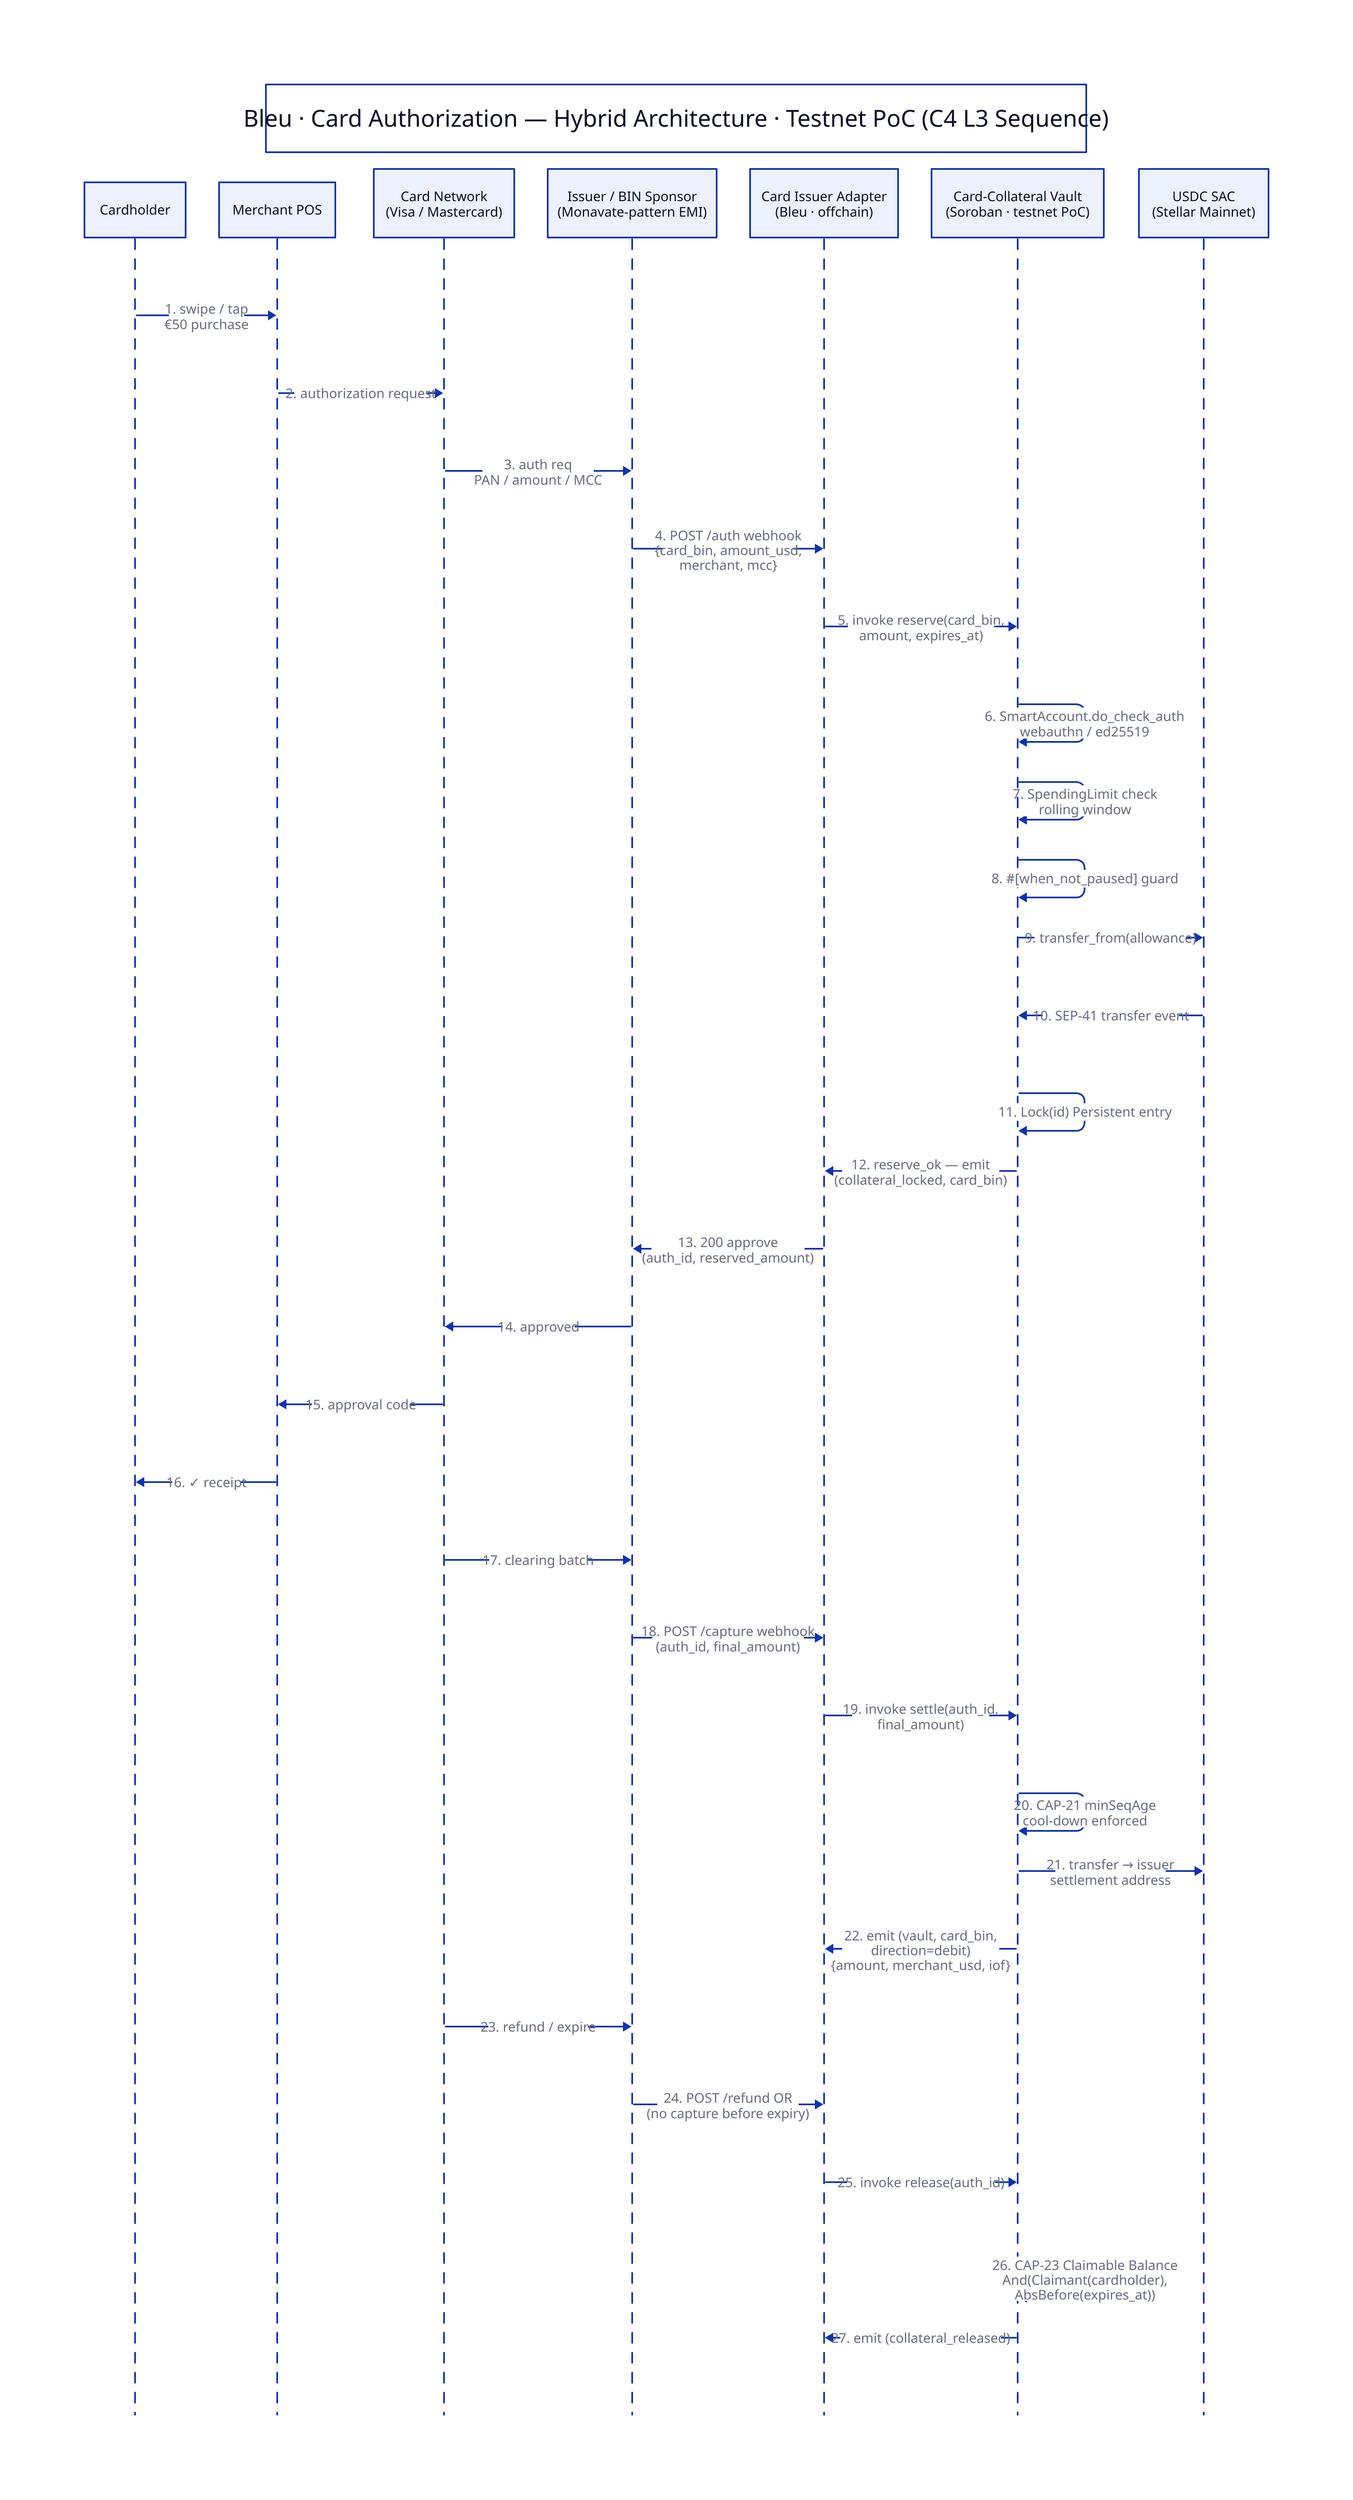
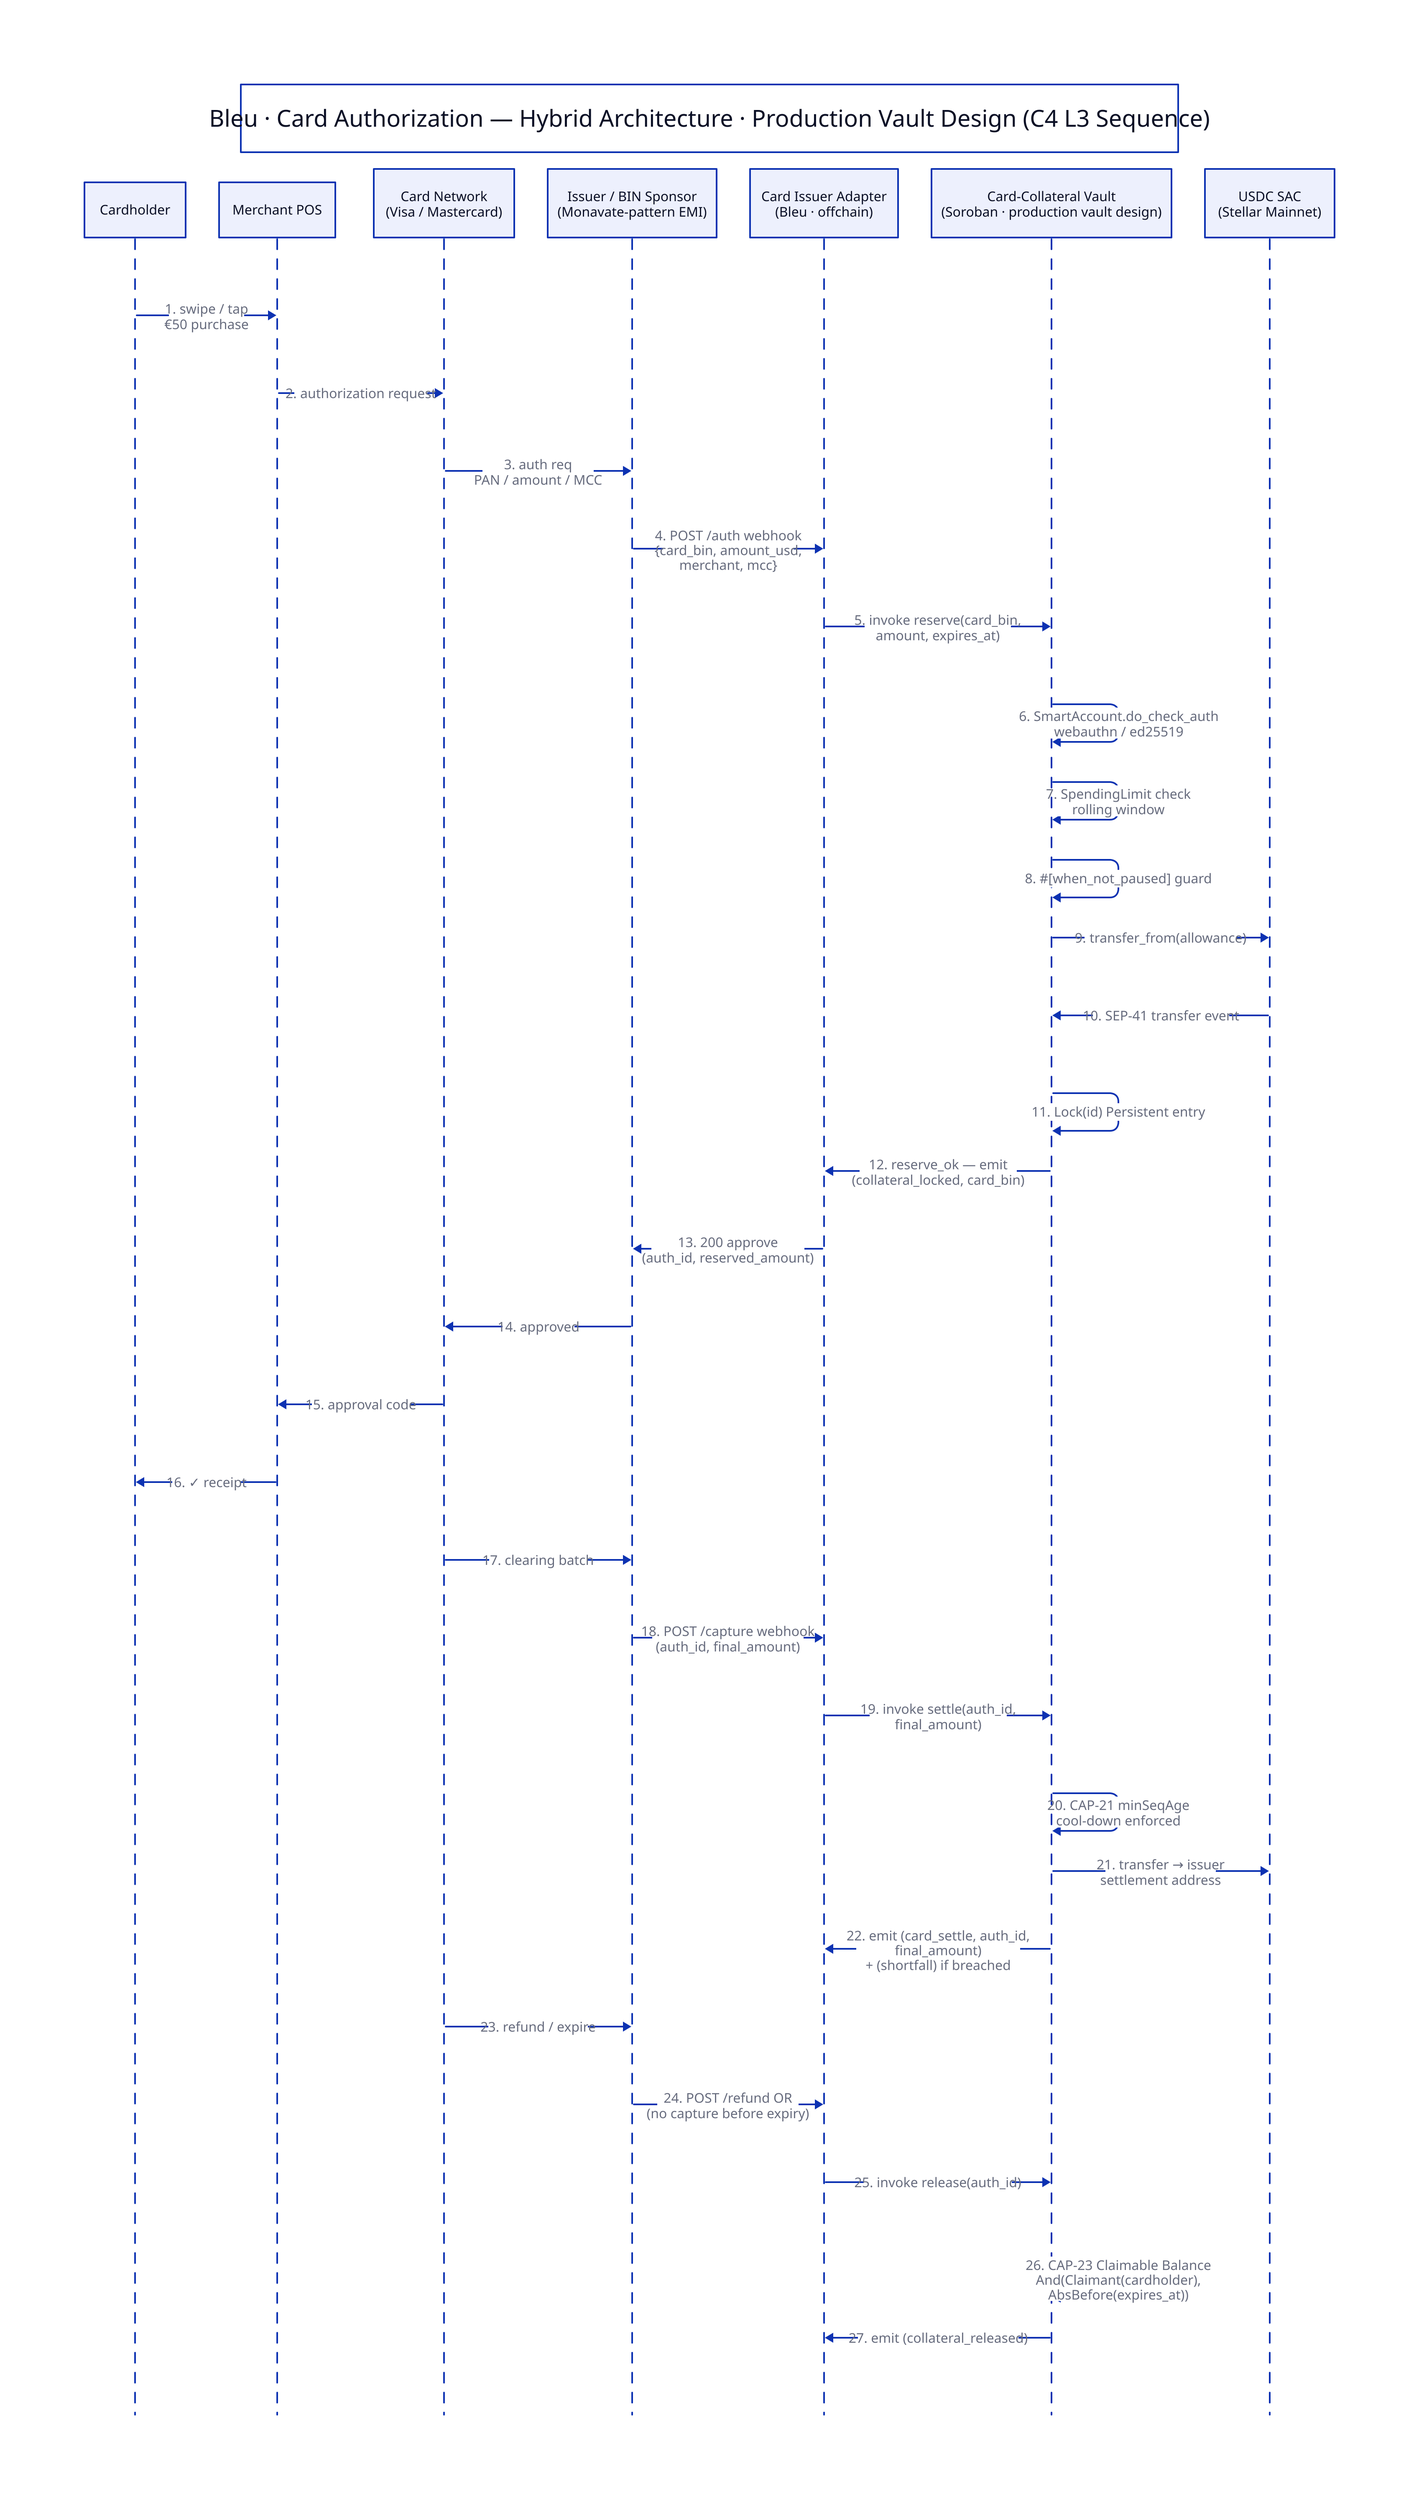
- title: Bleu · Card Authorization — Hybrid Architecture · Testnet PoC (C4 L3 Sequence) {
+ title: Bleu · Card Authorization — Hybrid Architecture · Production Vault Design (C4 L3 Sequence) {
  near: top-center
  style.font-size: 28
  style.bold: true
}
+ 
+ # NOTE: This sequence depicts the PRODUCTION card-collateral vault target
+ # (SmartAccount / webauthn / spending-limit policy / USDC settlement, CAP-21/23).
+ # The shipped testnet PoC (`contracts/card-collateral-poc`) implements only the
+ # admin-gated reserve/settle/release state machine + shortfall accounting,
+ # composing OZ `pausable` + `access_control`; it does not call USDC or do_check_auth.

shape: sequence_diagram

cardholder: Cardholder
merchant: Merchant POS
network: Card Network\n(Visa / Mastercard)
issuer: Issuer / BIN Sponsor\n(Monavate-pattern EMI)
adapter: Card Issuer Adapter\n(Bleu · offchain)
- vault: Card-Collateral Vault\n(Soroban · testnet PoC)
+ vault: Card-Collateral Vault\n(Soroban · production vault design)
usdc: USDC SAC\n(Stellar Mainnet)

# 1. Swipe — offchain card rails
cardholder -> merchant: "1. swipe / tap\n€50 purchase"
merchant -> network: "2. authorization request"
network -> issuer: "3. auth req\nPAN / amount / MCC"

# 2. Issuer webhooks to Bleu
issuer -> adapter: "4. POST /auth webhook\n{card_bin, amount_usd,\nmerchant, mcc}"

# 3. Bleu reserves collateral onchain
adapter -> vault: "5. invoke reserve(card_bin,\namount, expires_at)"
vault -> vault: "6. SmartAccount.do_check_auth\nwebauthn / ed25519"
vault -> vault: "7. SpendingLimit check\nrolling window"
vault -> vault: "8. #[when_not_paused] guard"
vault -> usdc: "9. transfer_from(allowance)"
usdc -> vault: "10. SEP-41 transfer event"
vault -> vault: "11. Lock(id) Persistent entry"
vault -> adapter: "12. reserve_ok — emit\n(collateral_locked, card_bin)"

# 4. Adapter returns auth decision
adapter -> issuer: "13. 200 approve\n(auth_id, reserved_amount)"
issuer -> network: "14. approved"
network -> merchant: "15. approval code"
merchant -> cardholder: "16. ✓ receipt"

# 5. Capture (async clearing)
network -> issuer: "17. clearing batch"
issuer -> adapter: "18. POST /capture webhook\n(auth_id, final_amount)"
adapter -> vault: "19. invoke settle(auth_id,\nfinal_amount)"
vault -> vault: "20. CAP-21 minSeqAge\ncool-down enforced"
vault -> usdc: "21. transfer → issuer\nsettlement address"
- vault -> adapter: "22. emit (vault, card_bin,\ndirection=debit)\n{amount, merchant_usd, iof}"
+ vault -> adapter: "22. emit (card_settle, auth_id,\nfinal_amount)\n+ (shortfall) if breached"

# 6. Refund or unused-auth auto-return
network -> issuer: "23. refund / expire"
issuer -> adapter: "24. POST /refund OR\n(no capture before expiry)"
adapter -> vault: "25. invoke release(auth_id)"
vault -> vault: "26. CAP-23 Claimable Balance\nAnd(Claimant(cardholder),\nAbsBefore(expires_at))"
vault -> adapter: "27. emit (collateral_released)"
